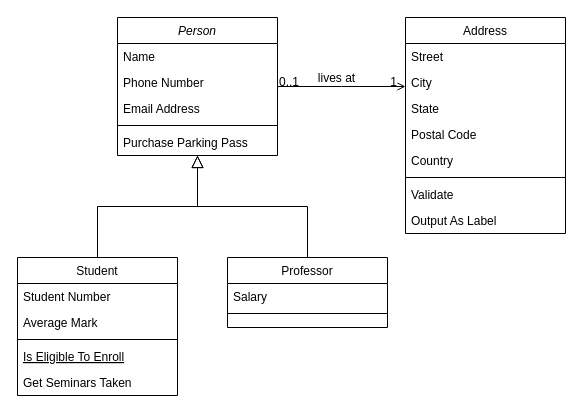
Above: Untitled Diagram.drawio in carlospuigserver/prueba_draw (draw.io), before the change. Source tidied: cells renumbered, new cells numbered last; positions are measured from the earlier drawing's top-left corner, leaving out a move shared by most shapes. Both pictures are drawn from the tidied source at 100%, with x=0, y=0 at pixel (17, 17).
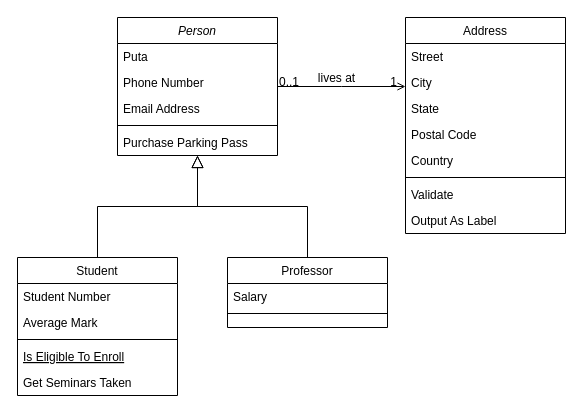
Above is the later version.

The change refers to these unchanged cells:
```xml
<mxCell id="2" value="Person" style="swimlane;fontStyle=2;align=center;verticalAlign=top;horizontal=1;startSize=26;rounded=0;shadow=0;strokeWidth=1;" parent="1" vertex="1">
  <mxGeometry x="100" width="160" height="138" as="geometry" />
</mxCell>
```

Diff of the diagram source:
```diff
@@
-    <mxCell id="3" value="Name" style="text;align=left;verticalAlign=top;spacingLeft=4;spacingRight=4;overflow=hidden;" parent="2" vertex="1">
+    <mxCell id="3" value="Puta&#10;" style="text;align=left;verticalAlign=top;spacingLeft=4;spacingRight=4;overflow=hidden;" parent="2" vertex="1">
       <mxGeometry y="26" width="160" height="26" as="geometry" />
     </mxCell>
```
